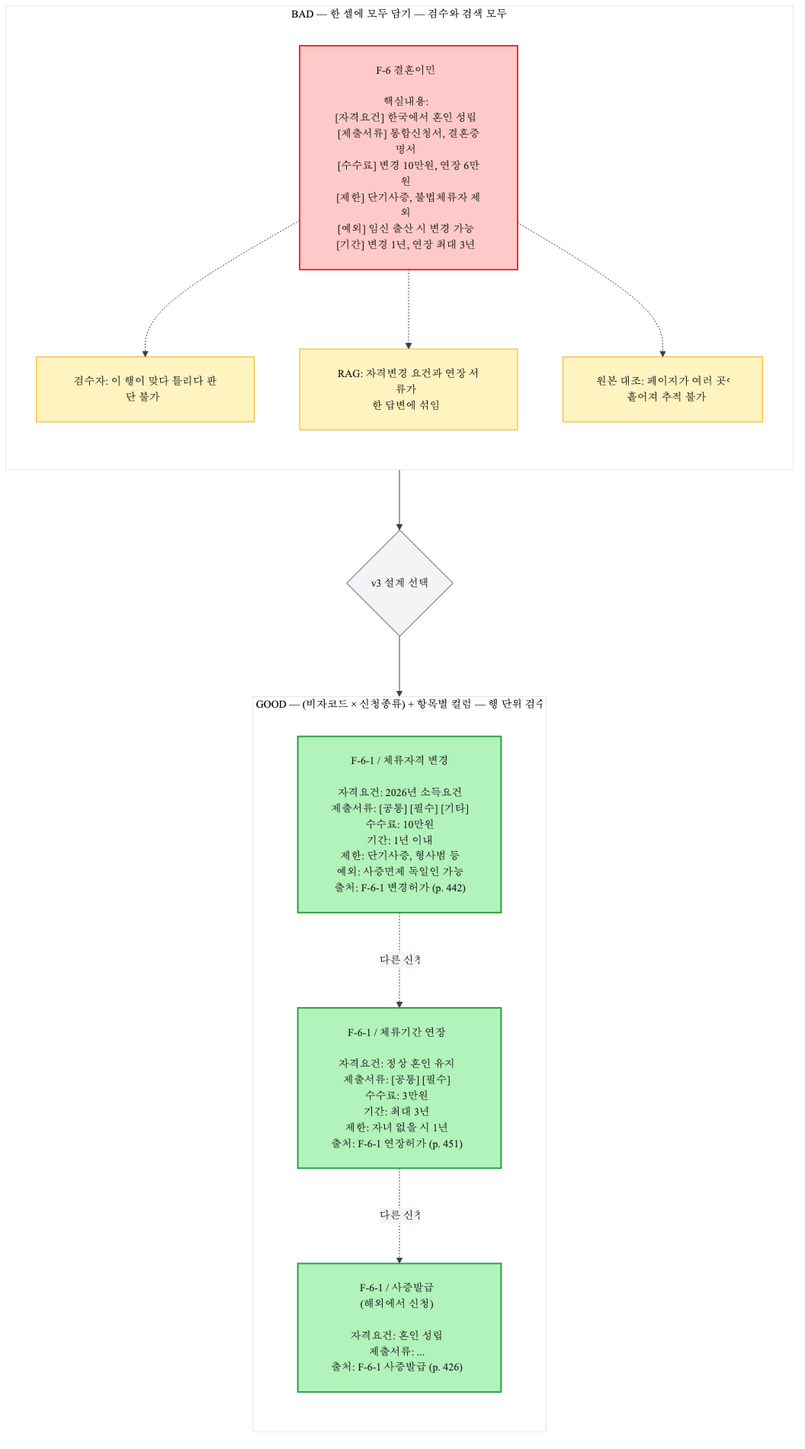
Above: docs/diagrams/column_design_rationale.png in jhkim0602/-Vizabridge-IT-AI- (Mermaid), before the change. Its source is kept beside it as docs/diagrams/column_design_rationale.mmd.
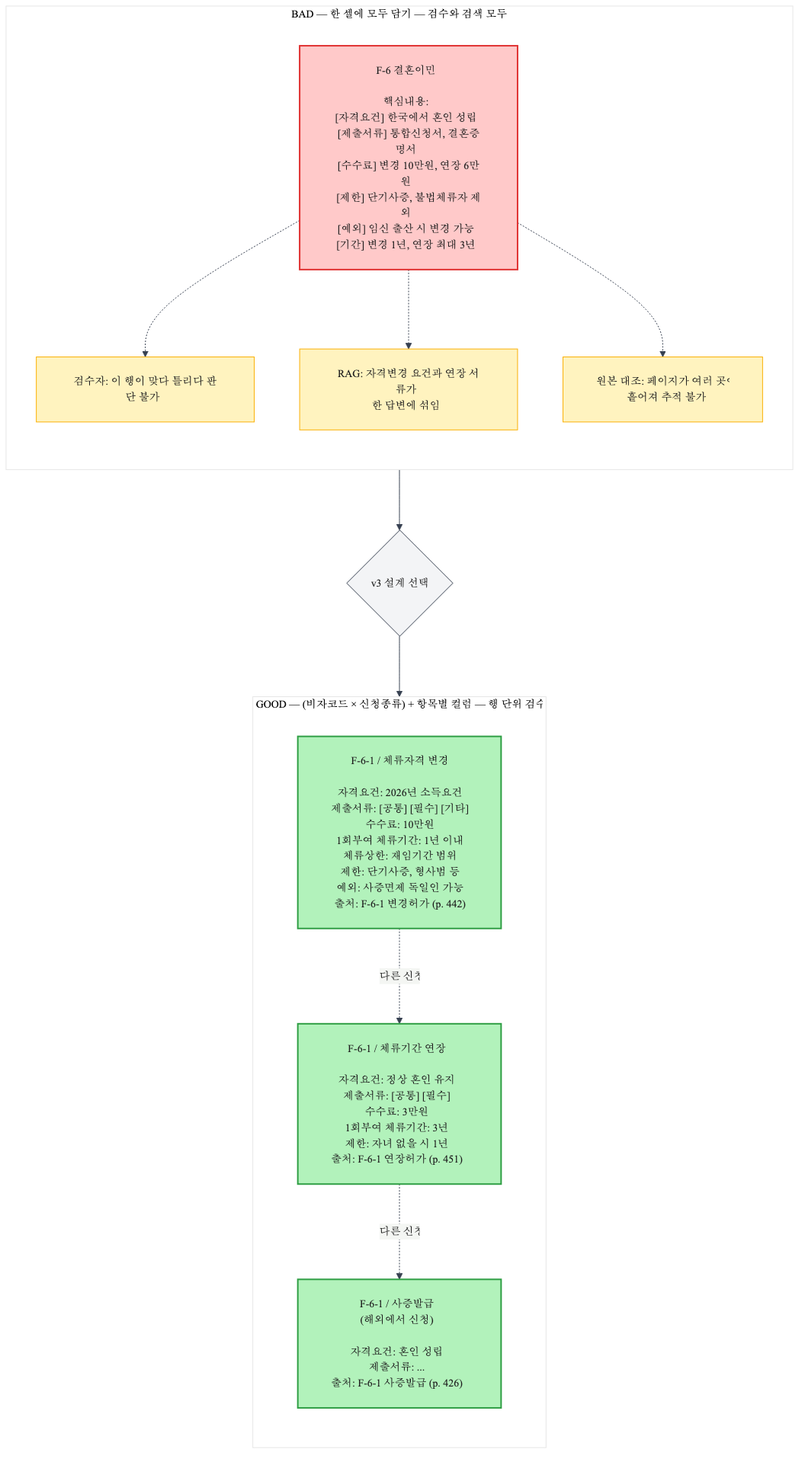
Later version of the same file.

Diff of the diagram source:
```diff
@@ -14,8 +14,8 @@
 
     subgraph GOOD["GOOD — (비자코드 × 신청종류) + 항목별 컬럼 — 행 단위 검수 가능&nbsp;"]
         direction TB
-        G1["F-6-1 / 체류자격 변경&nbsp;&nbsp;<br/><br/>자격요건: 2026년 소득요건&nbsp;&nbsp;<br/>제출서류: [공통] [필수] [기타]&nbsp;&nbsp;<br/>수수료: 10만원&nbsp;&nbsp;<br/>기간: 1년 이내&nbsp;&nbsp;<br/>제한: 단기사증, 형사범 등&nbsp;&nbsp;<br/>예외: 사증면제 독일인 가능&nbsp;&nbsp;<br/>출처: F-6-1 변경허가 (p. 442)&nbsp;&nbsp;"]:::good
-        G2["F-6-1 / 체류기간 연장&nbsp;&nbsp;<br/><br/>자격요건: 정상 혼인 유지&nbsp;&nbsp;<br/>제출서류: [공통] [필수]&nbsp;&nbsp;<br/>수수료: 3만원&nbsp;&nbsp;<br/>기간: 최대 3년&nbsp;&nbsp;<br/>제한: 자녀 없을 시 1년&nbsp;&nbsp;<br/>출처: F-6-1 연장허가 (p. 451)&nbsp;&nbsp;"]:::good
+        G1["F-6-1 / 체류자격 변경&nbsp;&nbsp;<br/><br/>자격요건: 2026년 소득요건&nbsp;&nbsp;<br/>제출서류: [공통] [필수] [기타]&nbsp;&nbsp;<br/>수수료: 10만원&nbsp;&nbsp;<br/>1회부여 체류기간: 1년 이내&nbsp;&nbsp;<br/>체류상한: 재임기간 범위&nbsp;&nbsp;<br/>제한: 단기사증, 형사범 등&nbsp;&nbsp;<br/>예외: 사증면제 독일인 가능&nbsp;&nbsp;<br/>출처: F-6-1 변경허가 (p. 442)&nbsp;&nbsp;"]:::good
+        G2["F-6-1 / 체류기간 연장&nbsp;&nbsp;<br/><br/>자격요건: 정상 혼인 유지&nbsp;&nbsp;<br/>제출서류: [공통] [필수]&nbsp;&nbsp;<br/>수수료: 3만원&nbsp;&nbsp;<br/>1회부여 체류기간: 3년&nbsp;&nbsp;<br/>제한: 자녀 없을 시 1년&nbsp;&nbsp;<br/>출처: F-6-1 연장허가 (p. 451)&nbsp;&nbsp;"]:::good
         G3["F-6-1 / 사증발급&nbsp;&nbsp;<br/>(해외에서 신청)&nbsp;&nbsp;<br/><br/>자격요건: 혼인 성립&nbsp;&nbsp;<br/>제출서류: ...&nbsp;&nbsp;<br/>출처: F-6-1 사증발급 (p. 426)&nbsp;&nbsp;"]:::good
         G1 -.다른 신청.-> G2
         G2 -.다른 신청.-> G3
```
